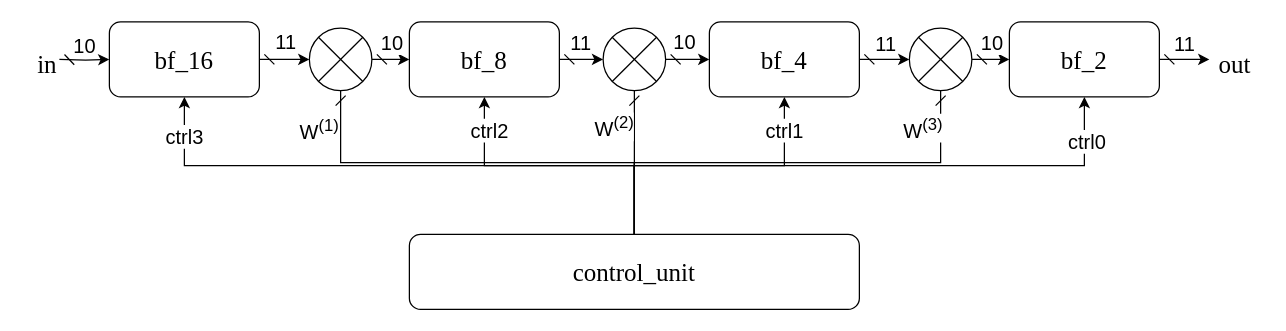
Earlier version of the draw.io diagram 未命名绘图.drawio (ALpht/16_FFT). Source tidied: cells renumbered, new cells numbered last; positions are measured from the earlier drawing's top-left corner, leaving out a move shared by most shapes. Both pictures are drawn from the tidied source at 125%, with x=0, y=0 at pixel (21, 21).
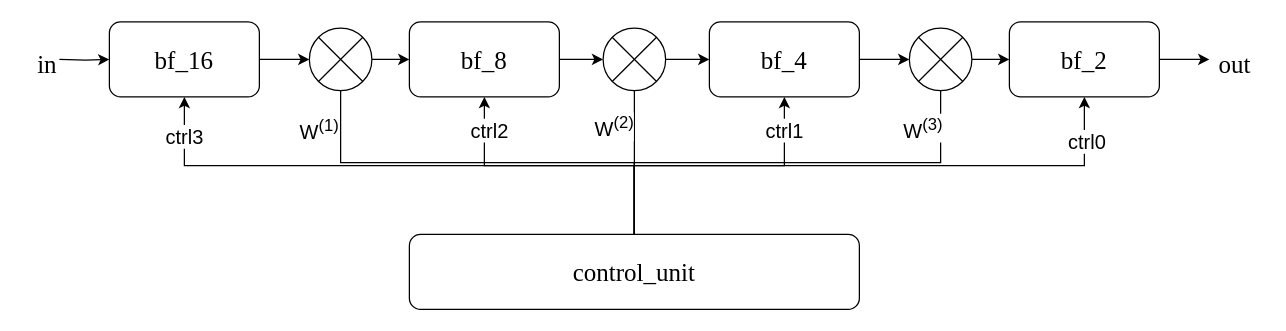
The same page after the edit.

Commit message:
更新未命名绘图.drawio

The change refers to these unchanged cells:
```xml
<mxCell id="4" value="&lt;font style=&quot;font-size: 20px;&quot; face=&quot;Times New Roman&quot;&gt;bf_8&lt;/font&gt;" style="rounded=1;whiteSpace=wrap;html=1;" parent="1" vertex="1">
  <mxGeometry x="310" width="120" height="60" as="geometry" />
</mxCell>
<mxCell id="7" value="&lt;font style=&quot;font-size: 20px;&quot; face=&quot;Times New Roman&quot;&gt;bf_4&lt;/font&gt;" style="rounded=1;whiteSpace=wrap;html=1;" parent="1" vertex="1">
  <mxGeometry x="550" width="120" height="60" as="geometry" />
</mxCell>
<mxCell id="10" value="&lt;font style=&quot;font-size: 20px;&quot; face=&quot;Times New Roman&quot;&gt;bf_2&lt;/font&gt;" style="rounded=1;whiteSpace=wrap;html=1;" parent="1" vertex="1">
  <mxGeometry x="790" width="120" height="60" as="geometry" />
</mxCell>
<mxCell id="15" value="&lt;font style=&quot;font-size: 20px;&quot; face=&quot;Times New Roman&quot;&gt;bf_16&lt;/font&gt;" style="rounded=1;whiteSpace=wrap;html=1;" parent="1" vertex="1">
  <mxGeometry x="70" width="120" height="60" as="geometry" />
</mxCell>
<mxCell id="30" value="&lt;font style=&quot;font-size: 20px;&quot; face=&quot;Times New Roman&quot;&gt;control_unit&lt;/font&gt;" style="rounded=1;whiteSpace=wrap;html=1;" parent="1" vertex="1">
  <mxGeometry x="310" y="170" width="360" height="60" as="geometry" />
</mxCell>
<mxCell id="33" style="shape=sumEllipse;perimeter=ellipsePerimeter;whiteSpace=wrap;html=1;backgroundOutline=1;" parent="1" vertex="1">
  <mxGeometry x="710" y="5" width="50" height="50" as="geometry" />
</mxCell>
<mxCell id="36" style="shape=sumEllipse;perimeter=ellipsePerimeter;whiteSpace=wrap;html=1;backgroundOutline=1;" parent="1" vertex="1">
  <mxGeometry x="465" y="5" width="50" height="50" as="geometry" />
</mxCell>
<mxCell id="39" style="shape=sumEllipse;perimeter=ellipsePerimeter;whiteSpace=wrap;html=1;backgroundOutline=1;" parent="1" vertex="1">
  <mxGeometry x="230" y="5" width="50" height="50" as="geometry" />
</mxCell>
```

The edit, as a diff of the source:
```diff
@@
-    <mxCell id="2" style="edgeStyle=orthogonalEdgeStyle;rounded=0;jettySize=auto;html=1;exitX=1;exitY=0.5;exitDx=0;exitDy=0;entryX=0;entryY=0.5;entryDx=0;entryDy=0;startArrow=dash;startFill=0;" parent="1" edge="1" source="4" target="36">
+    <mxCell id="2" style="edgeStyle=orthogonalEdgeStyle;rounded=0;jettySize=auto;html=1;exitX=1;exitY=0.5;exitDx=0;exitDy=0;entryX=0;entryY=0.5;entryDx=0;entryDy=0;startArrow=none;startFill=0;" parent="1" edge="1" source="4" target="36">
       <mxGeometry relative="1" as="geometry" />
     </mxCell>
-    <mxCell id="3" value="&lt;font style=&quot;font-size: 16px;&quot;&gt;11&lt;/font&gt;" style="edgeLabel;html=1;align=center;verticalAlign=bottom;labelPosition=center;verticalLabelPosition=top;" parent="2" vertex="1">
-      <mxGeometry x="-0.09" y="2" relative="1" as="geometry" />
-    </mxCell>
@@
-    <mxCell id="5" style="edgeStyle=orthogonalEdgeStyle;rounded=0;jettySize=auto;html=1;exitX=1;exitY=0.5;exitDx=0;exitDy=0;entryX=0;entryY=0.5;entryDx=0;entryDy=0;startArrow=dash;startFill=0;" parent="1" edge="1" source="7" target="33">
+    <mxCell id="5" style="edgeStyle=orthogonalEdgeStyle;rounded=0;jettySize=auto;html=1;exitX=1;exitY=0.5;exitDx=0;exitDy=0;entryX=0;entryY=0.5;entryDx=0;entryDy=0;startArrow=none;startFill=0;" parent="1" edge="1" source="7" target="33">
       <mxGeometry relative="1" as="geometry" />
     </mxCell>
-    <mxCell id="6" value="&lt;font style=&quot;font-size: 16px;&quot;&gt;11&lt;/font&gt;" style="edgeLabel;html=1;align=center;verticalAlign=bottom;fontSize=11;fontFamily=Helvetica;fontColor=default;labelPosition=center;verticalLabelPosition=top;" parent="5" vertex="1">
-      <mxGeometry y="1" relative="1" as="geometry" />
-    </mxCell>
@@
-    <mxCell id="8" style="edgeStyle=orthogonalEdgeStyle;rounded=0;jettySize=auto;html=1;exitX=1;exitY=0.5;exitDx=0;exitDy=0;startArrow=dash;startFill=0;" parent="1" edge="1" source="10">
+    <mxCell id="8" style="edgeStyle=orthogonalEdgeStyle;rounded=0;jettySize=auto;html=1;exitX=1;exitY=0.5;exitDx=0;exitDy=0;startArrow=none;startFill=0;" parent="1" edge="1" source="10">
       <mxGeometry relative="1" as="geometry">
         <mxPoint x="950" y="30" as="targetPoint" />
       </mxGeometry>
     </mxCell>
-    <mxCell id="9" value="&lt;font style=&quot;font-size: 16px;&quot;&gt;11&lt;/font&gt;" style="edgeLabel;html=1;align=center;verticalAlign=bottom;fontSize=11;fontFamily=Helvetica;fontColor=default;labelPosition=center;verticalLabelPosition=top;" parent="8" vertex="1">
-      <mxGeometry x="-0.06" y="1" relative="1" as="geometry" />
-    </mxCell>
@@
-    <mxCell id="11" style="edgeStyle=orthogonalEdgeStyle;rounded=0;jettySize=auto;html=1;exitX=0;exitY=0.5;exitDx=0;exitDy=0;entryX=0;entryY=0.5;entryDx=0;entryDy=0;startArrow=dash;startFill=0;" parent="1" edge="1" target="15">
+    <mxCell id="11" style="edgeStyle=orthogonalEdgeStyle;rounded=0;jettySize=auto;html=1;exitX=0;exitY=0.5;exitDx=0;exitDy=0;entryX=0;entryY=0.5;entryDx=0;entryDy=0;startArrow=none;startFill=0;" parent="1" edge="1" target="15">
       <mxGeometry relative="1" as="geometry">
         <mxPoint x="30" y="30" as="sourcePoint" />
       </mxGeometry>
     </mxCell>
-    <mxCell id="12" value="&lt;font style=&quot;font-size: 16px;&quot;&gt;10&lt;/font&gt;" style="edgeLabel;html=1;align=center;verticalAlign=bottom;labelPosition=center;verticalLabelPosition=top;" parent="11" vertex="1">
-      <mxGeometry relative="1" as="geometry" />
-    </mxCell>
-    <mxCell id="13" style="edgeStyle=orthogonalEdgeStyle;rounded=0;jettySize=auto;html=1;exitX=1;exitY=0.5;exitDx=0;exitDy=0;entryX=0;entryY=0.5;entryDx=0;entryDy=0;startArrow=dash;startFill=0;" parent="1" edge="1" source="15" target="39">
+    <mxCell id="13" style="edgeStyle=orthogonalEdgeStyle;rounded=0;jettySize=auto;html=1;exitX=1;exitY=0.5;exitDx=0;exitDy=0;entryX=0;entryY=0.5;entryDx=0;entryDy=0;startArrow=none;startFill=0;" parent="1" edge="1" source="15" target="39">
       <mxGeometry relative="1" as="geometry" />
     </mxCell>
-    <mxCell id="14" value="&lt;font style=&quot;font-size: 16px;&quot;&gt;11&lt;/font&gt;" style="edgeLabel;html=1;align=center;verticalAlign=bottom;labelPosition=center;verticalLabelPosition=top;" parent="13" vertex="1">
-      <mxGeometry y="3" relative="1" as="geometry" />
-    </mxCell>
@@
-    <mxCell id="24" style="edgeStyle=orthogonalEdgeStyle;rounded=0;jettySize=auto;html=1;exitX=0.5;exitY=0;exitDx=0;exitDy=0;entryX=0.5;entryY=1;entryDx=0;entryDy=0;endArrow=dash;endFill=0;" parent="1" edge="1" source="30" target="39">
+    <mxCell id="24" style="edgeStyle=orthogonalEdgeStyle;rounded=0;jettySize=auto;html=1;exitX=0.5;exitY=0;exitDx=0;exitDy=0;entryX=0.5;entryY=1;entryDx=0;entryDy=0;endArrow=none;endFill=0;startArrow=none;startFill=0;" parent="1" edge="1" source="30" target="39">
       <mxGeometry relative="1" as="geometry" />
     </mxCell>
@@
-    <mxCell id="26" style="edgeStyle=orthogonalEdgeStyle;rounded=0;jettySize=auto;html=1;exitX=0.5;exitY=0;exitDx=0;exitDy=0;entryX=0.5;entryY=1;entryDx=0;entryDy=0;endArrow=dash;endFill=0;" parent="1" edge="1" source="30" target="36">
+    <mxCell id="26" style="edgeStyle=orthogonalEdgeStyle;rounded=0;jettySize=auto;html=1;exitX=0.5;exitY=0;exitDx=0;exitDy=0;entryX=0.5;entryY=1;entryDx=0;entryDy=0;endArrow=none;endFill=0;startArrow=none;startFill=0;" parent="1" edge="1" source="30" target="36">
       <mxGeometry relative="1" as="geometry" />
     </mxCell>
@@
-    <mxCell id="28" style="edgeStyle=orthogonalEdgeStyle;rounded=0;jettySize=auto;html=1;exitX=0.5;exitY=0;exitDx=0;exitDy=0;entryX=0.5;entryY=1;entryDx=0;entryDy=0;endArrow=dash;endFill=0;" parent="1" edge="1" source="30" target="33">
+    <mxCell id="28" style="edgeStyle=orthogonalEdgeStyle;rounded=0;jettySize=auto;html=1;exitX=0.5;exitY=0;exitDx=0;exitDy=0;entryX=0.5;entryY=1;entryDx=0;entryDy=0;endArrow=none;endFill=0;startArrow=none;startFill=0;" parent="1" edge="1" source="30" target="33">
       <mxGeometry relative="1" as="geometry" />
     </mxCell>
@@
-    <mxCell id="31" style="edgeStyle=orthogonalEdgeStyle;rounded=0;jettySize=auto;html=1;exitX=1;exitY=0.5;exitDx=0;exitDy=0;entryX=0;entryY=0.5;entryDx=0;entryDy=0;startArrow=dash;startFill=0;" parent="1" edge="1" source="33" target="10">
+    <mxCell id="31" style="edgeStyle=orthogonalEdgeStyle;rounded=0;jettySize=auto;html=1;exitX=1;exitY=0.5;exitDx=0;exitDy=0;entryX=0;entryY=0.5;entryDx=0;entryDy=0;startArrow=none;startFill=0;" parent="1" edge="1" source="33" target="10">
       <mxGeometry relative="1" as="geometry" />
     </mxCell>
-    <mxCell id="32" value="&lt;font style=&quot;font-size: 16px;&quot;&gt;10&lt;/font&gt;" style="edgeLabel;html=1;align=center;verticalAlign=bottom;fontSize=11;fontFamily=Helvetica;fontColor=default;labelPosition=center;verticalLabelPosition=top;" parent="31" vertex="1">
-      <mxGeometry y="2" relative="1" as="geometry" />
-    </mxCell>
@@
-    <mxCell id="34" style="edgeStyle=orthogonalEdgeStyle;rounded=0;jettySize=auto;html=1;exitX=1;exitY=0.5;exitDx=0;exitDy=0;entryX=0;entryY=0.5;entryDx=0;entryDy=0;startArrow=dash;startFill=0;" parent="1" edge="1" source="36" target="7">
+    <mxCell id="34" style="edgeStyle=orthogonalEdgeStyle;rounded=0;jettySize=auto;html=1;exitX=1;exitY=0.5;exitDx=0;exitDy=0;entryX=0;entryY=0.5;entryDx=0;entryDy=0;startArrow=none;startFill=0;" parent="1" edge="1" source="36" target="7">
       <mxGeometry relative="1" as="geometry" />
     </mxCell>
-    <mxCell id="35" value="&lt;font style=&quot;font-size: 16px;&quot;&gt;10&lt;/font&gt;" style="edgeLabel;html=1;align=center;verticalAlign=bottom;fontSize=11;fontFamily=Helvetica;fontColor=default;labelPosition=center;verticalLabelPosition=top;" parent="34" vertex="1">
-      <mxGeometry x="-0.2" y="3" relative="1" as="geometry" />
-    </mxCell>
@@
-    <mxCell id="37" style="edgeStyle=orthogonalEdgeStyle;rounded=0;jettySize=auto;html=1;exitX=1;exitY=0.5;exitDx=0;exitDy=0;entryX=0;entryY=0.5;entryDx=0;entryDy=0;startArrow=dash;startFill=0;" parent="1" edge="1" source="39" target="4">
+    <mxCell id="37" style="edgeStyle=orthogonalEdgeStyle;rounded=0;jettySize=auto;html=1;exitX=1;exitY=0.5;exitDx=0;exitDy=0;entryX=0;entryY=0.5;entryDx=0;entryDy=0;startArrow=none;startFill=0;" parent="1" edge="1" source="39" target="4">
       <mxGeometry relative="1" as="geometry" />
     </mxCell>
-    <mxCell id="38" value="&lt;font style=&quot;font-size: 16px;&quot;&gt;10&lt;/font&gt;" style="edgeLabel;html=1;align=center;verticalAlign=bottom;labelPosition=center;verticalLabelPosition=top;" parent="37" vertex="1">
-      <mxGeometry y="2" relative="1" as="geometry" />
-    </mxCell>
```
